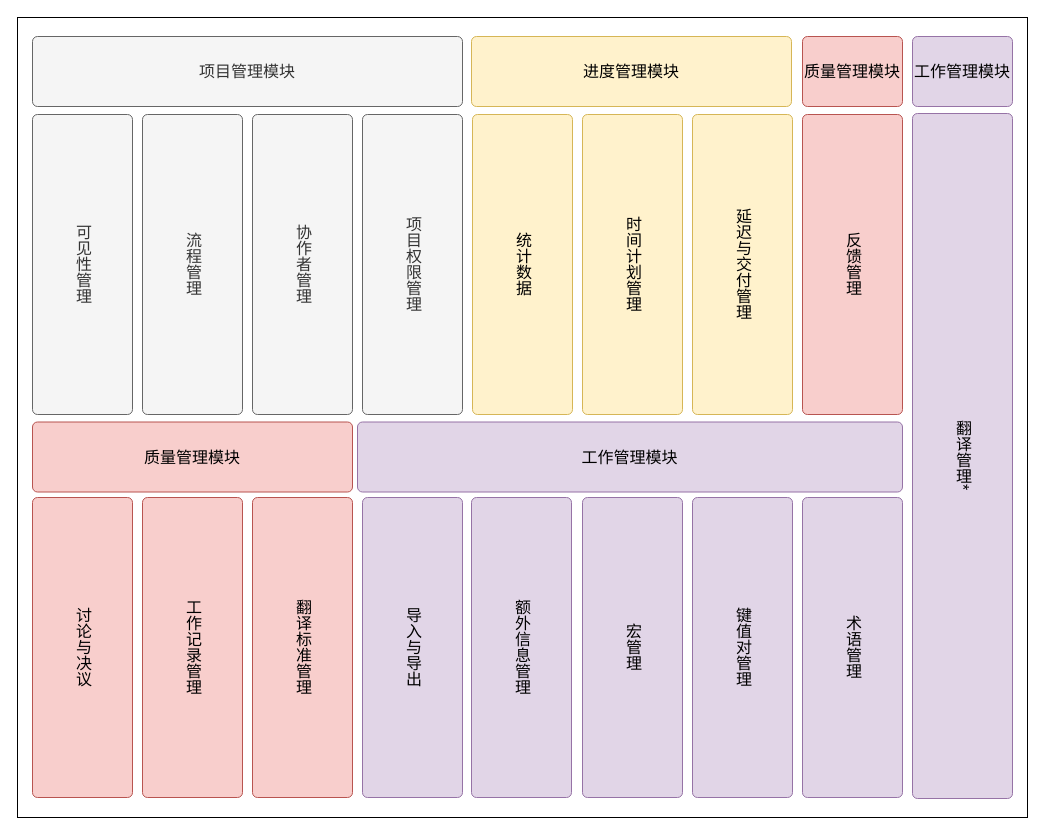
The draw.io diagram 项目层级功能概览.drawio in icemeowzhi/bach_final_diags, before the edit. Source tidied: cells renumbered, new cells numbered last; positions are measured from the earlier drawing's top-left corner, leaving out a move shared by most shapes. Both pictures are drawn from the tidied source at 100%, with x=0, y=0 at pixel (17, 17).
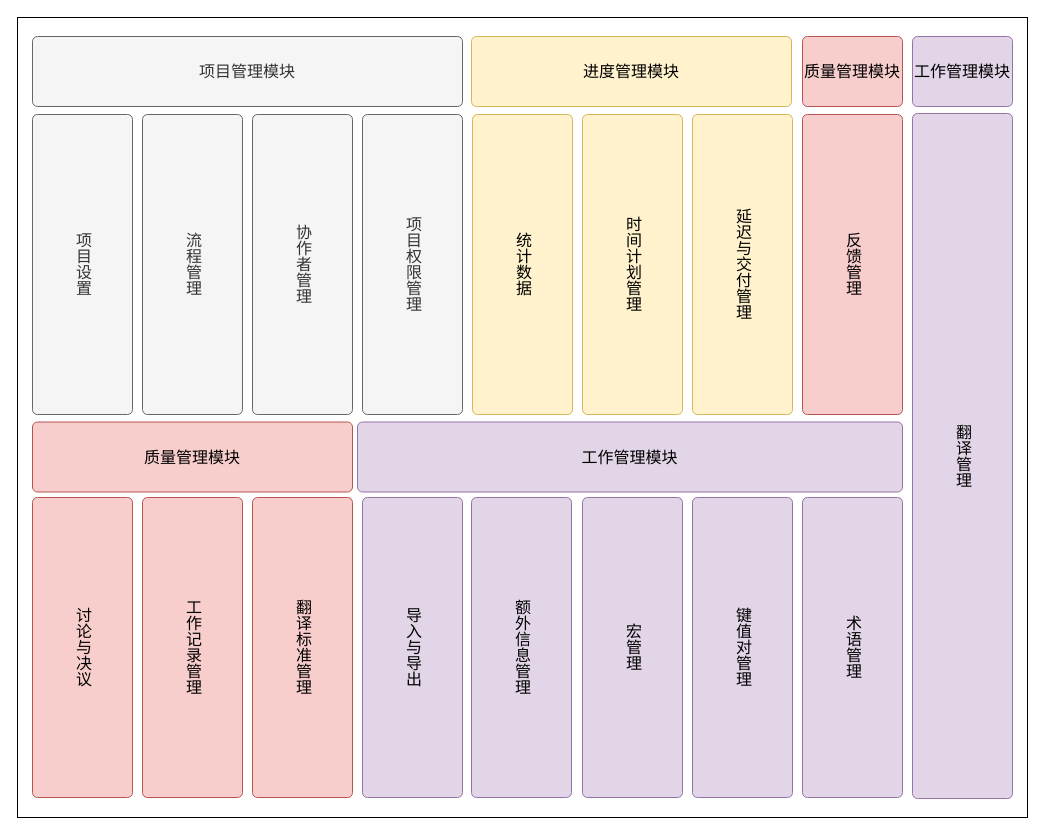
Above is the later version.

Commit message:
更新项目层级功能概览.drawio

Diff of the diagram source:
```diff
@@
-    <mxCell id="3" value="可见性管理" style="html=1;align=center;verticalAlign=middle;rounded=1;absoluteArcSize=1;arcSize=10;dashed=0;whiteSpace=wrap;textDirection=vertical-lr;fontSize=16;labelPosition=center;verticalLabelPosition=middle;fillColor=#f5f5f5;fontColor=#333333;strokeColor=#666666;" parent="1" vertex="1">
+    <mxCell id="3" value="项目设置" style="html=1;align=center;verticalAlign=middle;rounded=1;absoluteArcSize=1;arcSize=10;dashed=0;whiteSpace=wrap;textDirection=vertical-lr;fontSize=16;labelPosition=center;verticalLabelPosition=middle;fillColor=#f5f5f5;fontColor=#333333;strokeColor=#666666;" parent="1" vertex="1">
       <mxGeometry x="15" y="97" width="100" height="300" as="geometry" />
     </mxCell>
@@
-    <mxCell id="19" value="翻译管理*" style="html=1;align=center;verticalAlign=middle;rounded=1;absoluteArcSize=1;arcSize=10;dashed=0;whiteSpace=wrap;textDirection=vertical-lr;fontSize=16;fillColor=#e1d5e7;strokeColor=#9673a6;" parent="1" vertex="1">
+    <mxCell id="19" value="翻译管理" style="html=1;align=center;verticalAlign=middle;rounded=1;absoluteArcSize=1;arcSize=10;dashed=0;whiteSpace=wrap;textDirection=vertical-lr;fontSize=16;fillColor=#e1d5e7;strokeColor=#9673a6;" parent="1" vertex="1">
       <mxGeometry x="895" y="96" width="100" height="685" as="geometry" />
     </mxCell>
```
